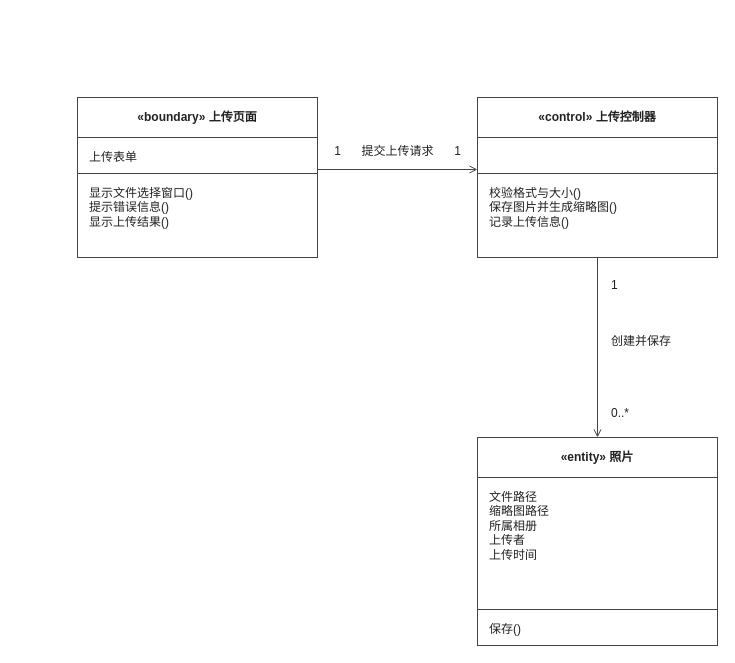
The draw.io diagram docs/交付/3-照片管理-王柯涵/images/上传图片_类模型图.drawio in chennuo1101/electronic-photo-album-system1, before the edit. Source tidied: cells renumbered, new cells numbered last; positions are measured from the earlier drawing's top-left corner, leaving out a move shared by most shapes. Both pictures are drawn from the tidied source at 100%, with x=0, y=0 at pixel (77, 97).
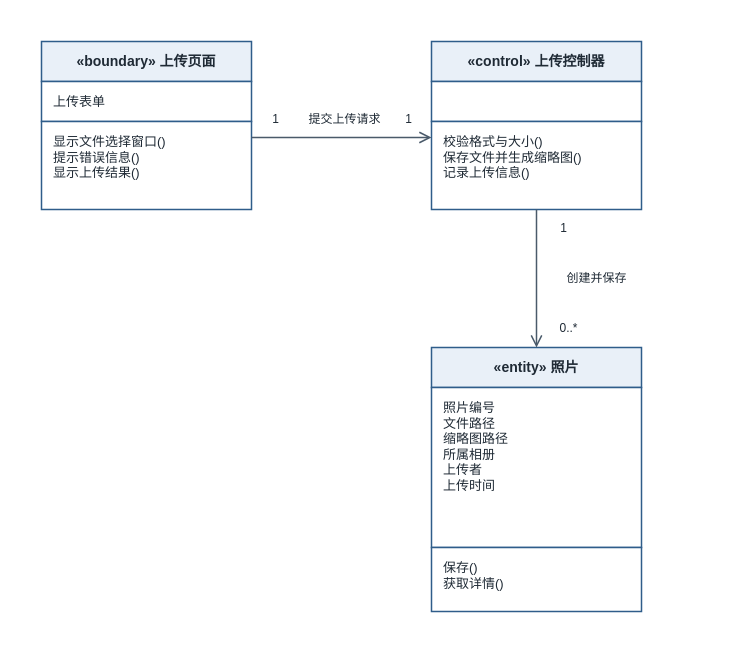
After the change.

Diff of the diagram source:
```diff
@@
+    <mxCell id="19" style="rounded=0;whiteSpace=wrap;html=1;fillColor=#FFFFFF;strokeColor=none;" parent="1" vertex="1">
+      <mxGeometry x="-60" y="-80" width="668" height="618" as="geometry" />
+    </mxCell>
-    <mxCell id="2" value="«boundary» 上传页面" style="rounded=0;whiteSpace=wrap;html=1;fillColor=#FFFFFF;strokeColor=#444444;align=center;verticalAlign=middle;fontStyle=1;fontFamily=Microsoft YaHei;fontSize=12;fontColor=#222222;" parent="1" vertex="1">
-      <mxGeometry width="240" height="40" as="geometry" />
+    <mxCell id="2" value="«boundary» 上传页面" style="rounded=0;whiteSpace=wrap;html=1;fillColor=#E9F0F8;strokeColor=#2F5D8A;strokeWidth=1.5;align=center;verticalAlign=middle;fontStyle=1;fontFamily=Microsoft YaHei;fontSize=14;fontColor=#1F2A35;" parent="1" vertex="1">
+      <mxGeometry x="-36" y="-56" width="210" height="40" as="geometry" />
     </mxCell>
-    <mxCell id="3" value="上传表单" style="rounded=0;whiteSpace=wrap;html=1;fillColor=#FFFFFF;strokeColor=#444444;verticalAlign=top;align=left;spacingLeft=10;spacingTop=6;fontFamily=Microsoft YaHei;fontSize=12;fontColor=#222222;" parent="1" vertex="1">
-      <mxGeometry y="40" width="240" height="36" as="geometry" />
+    <mxCell id="3" value="上传表单" style="rounded=0;whiteSpace=wrap;html=1;fillColor=#FFFFFF;strokeColor=#2F5D8A;strokeWidth=1.5;align=left;verticalAlign=top;spacingLeft=10;spacingTop=6;fontFamily=Microsoft YaHei;fontSize=13;fontColor=#1F2A35;" parent="1" vertex="1">
+      <mxGeometry x="-36" y="-16" width="210" height="40" as="geometry" />
     </mxCell>
-    <mxCell id="4" value="显示文件选择窗口()&#10;提示错误信息()&#10;显示上传结果()" style="rounded=0;whiteSpace=wrap;html=1;fillColor=#FFFFFF;strokeColor=#444444;verticalAlign=top;align=left;spacingLeft=10;spacingTop=6;fontFamily=Microsoft YaHei;fontSize=12;fontColor=#222222;" parent="1" vertex="1">
-      <mxGeometry y="76" width="240" height="84" as="geometry" />
+    <mxCell id="4" value="显示文件选择窗口()&#10;提示错误信息()&#10;显示上传结果()" style="rounded=0;whiteSpace=wrap;html=1;fillColor=#FFFFFF;strokeColor=#2F5D8A;strokeWidth=1.5;align=left;verticalAlign=top;spacingLeft=10;spacingTop=6;fontFamily=Microsoft YaHei;fontSize=13;fontColor=#1F2A35;" parent="1" vertex="1">
+      <mxGeometry x="-36" y="24" width="210" height="88" as="geometry" />
     </mxCell>
-    <mxCell id="5" value="«control» 上传控制器" style="rounded=0;whiteSpace=wrap;html=1;fillColor=#FFFFFF;strokeColor=#444444;align=center;verticalAlign=middle;fontStyle=1;fontFamily=Microsoft YaHei;fontSize=12;fontColor=#222222;" parent="1" vertex="1">
-      <mxGeometry x="400" width="240" height="40" as="geometry" />
+    <mxCell id="5" value="«control» 上传控制器" style="rounded=0;whiteSpace=wrap;html=1;fillColor=#E9F0F8;strokeColor=#2F5D8A;strokeWidth=1.5;align=center;verticalAlign=middle;fontStyle=1;fontFamily=Microsoft YaHei;fontSize=14;fontColor=#1F2A35;" parent="1" vertex="1">
+      <mxGeometry x="354" y="-56" width="210" height="40" as="geometry" />
     </mxCell>
-    <mxCell id="6" style="rounded=0;whiteSpace=wrap;html=1;fillColor=#FFFFFF;strokeColor=#444444;verticalAlign=top;align=left;spacingLeft=10;spacingTop=6;fontFamily=Microsoft YaHei;fontSize=12;fontColor=#222222;" parent="1" vertex="1">
-      <mxGeometry x="400" y="40" width="240" height="36" as="geometry" />
+    <mxCell id="6" style="rounded=0;whiteSpace=wrap;html=1;fillColor=#FFFFFF;strokeColor=#2F5D8A;strokeWidth=1.5;align=left;verticalAlign=top;spacingLeft=10;spacingTop=6;fontFamily=Microsoft YaHei;fontSize=13;fontColor=#1F2A35;" parent="1" vertex="1">
+      <mxGeometry x="354" y="-16" width="210" height="40" as="geometry" />
     </mxCell>
-    <mxCell id="7" value="校验格式与大小()&#10;保存图片并生成缩略图()&#10;记录上传信息()" style="rounded=0;whiteSpace=wrap;html=1;fillColor=#FFFFFF;strokeColor=#444444;verticalAlign=top;align=left;spacingLeft=10;spacingTop=6;fontFamily=Microsoft YaHei;fontSize=12;fontColor=#222222;" parent="1" vertex="1">
-      <mxGeometry x="400" y="76" width="240" height="84" as="geometry" />
+    <mxCell id="7" value="校验格式与大小()&#10;保存文件并生成缩略图()&#10;记录上传信息()" style="rounded=0;whiteSpace=wrap;html=1;fillColor=#FFFFFF;strokeColor=#2F5D8A;strokeWidth=1.5;align=left;verticalAlign=top;spacingLeft=10;spacingTop=6;fontFamily=Microsoft YaHei;fontSize=13;fontColor=#1F2A35;" parent="1" vertex="1">
+      <mxGeometry x="354" y="24" width="210" height="88" as="geometry" />
     </mxCell>
-    <mxCell id="8" value="«entity» 照片" style="rounded=0;whiteSpace=wrap;html=1;fillColor=#FFFFFF;strokeColor=#444444;align=center;verticalAlign=middle;fontStyle=1;fontFamily=Microsoft YaHei;fontSize=12;fontColor=#222222;" parent="1" vertex="1">
-      <mxGeometry x="400" y="340" width="240" height="40" as="geometry" />
+    <mxCell id="8" value="«entity» 照片" style="rounded=0;whiteSpace=wrap;html=1;fillColor=#E9F0F8;strokeColor=#2F5D8A;strokeWidth=1.5;align=center;verticalAlign=middle;fontStyle=1;fontFamily=Microsoft YaHei;fontSize=14;fontColor=#1F2A35;" parent="1" vertex="1">
+      <mxGeometry x="354" y="250" width="210" height="40" as="geometry" />
     </mxCell>
-    <mxCell id="9" value="文件路径&#10;缩略图路径&#10;所属相册&#10;上传者&#10;上传时间" style="rounded=0;whiteSpace=wrap;html=1;fillColor=#FFFFFF;strokeColor=#444444;verticalAlign=top;align=left;spacingLeft=10;spacingTop=6;fontFamily=Microsoft YaHei;fontSize=12;fontColor=#222222;" parent="1" vertex="1">
-      <mxGeometry x="400" y="380" width="240" height="132" as="geometry" />
+    <mxCell id="9" value="照片编号&#10;文件路径&#10;缩略图路径&#10;所属相册&#10;上传者&#10;上传时间" style="rounded=0;whiteSpace=wrap;html=1;fillColor=#FFFFFF;strokeColor=#2F5D8A;strokeWidth=1.5;align=left;verticalAlign=top;spacingLeft=10;spacingTop=6;fontFamily=Microsoft YaHei;fontSize=13;fontColor=#1F2A35;" parent="1" vertex="1">
+      <mxGeometry x="354" y="290" width="210" height="160" as="geometry" />
     </mxCell>
-    <mxCell id="10" value="保存()" style="rounded=0;whiteSpace=wrap;html=1;fillColor=#FFFFFF;strokeColor=#444444;verticalAlign=top;align=left;spacingLeft=10;spacingTop=6;fontFamily=Microsoft YaHei;fontSize=12;fontColor=#222222;" parent="1" vertex="1">
-      <mxGeometry x="400" y="512" width="240" height="36" as="geometry" />
+    <mxCell id="10" value="保存()&#10;获取详情()" style="rounded=0;whiteSpace=wrap;html=1;fillColor=#FFFFFF;strokeColor=#2F5D8A;strokeWidth=1.5;align=left;verticalAlign=top;spacingLeft=10;spacingTop=6;fontFamily=Microsoft YaHei;fontSize=13;fontColor=#1F2A35;" parent="1" vertex="1">
+      <mxGeometry x="354" y="450" width="210" height="64" as="geometry" />
     </mxCell>
-    <mxCell id="11" style="html=1;rounded=0;strokeColor=#444444;strokeWidth=1;startArrow=none;endArrow=open;endFill=0;" parent="1" edge="1">
-      <mxGeometry relative="1" as="geometry">
-        <mxPoint x="240" y="72" as="sourcePoint" />
-        <mxPoint x="400" y="72" as="targetPoint" />
-      </mxGeometry>
-    </mxCell>
-    <mxCell id="12" value="1" style="text;html=1;align=center;verticalAlign=middle;fillColor=none;strokeColor=none;fontFamily=Microsoft YaHei;fontSize=12;fontColor=#222222;" parent="1" vertex="1">
-      <mxGeometry x="248" y="44" width="24" height="20" as="geometry" />
-    </mxCell>
+    <mxCell id="20" style="html=1;rounded=0;strokeColor=#4A5A6A;strokeWidth=1.5;startArrow=none;endArrow=open;endFill=0;endSize=9;jumpStyle=arc;jumpSize=6;" parent="1" edge="1">
+      <mxGeometry relative="1" as="geometry">
+        <mxPoint x="174" y="40" as="sourcePoint" />
+        <mxPoint x="354" y="40" as="targetPoint" />
+      </mxGeometry>
+    </mxCell>
+    <mxCell id="21" value="1" style="text;html=1;align=center;verticalAlign=middle;fillColor=#FFFFFF;strokeColor=none;fontFamily=Microsoft YaHei;fontSize=12;fontColor=#1F2A35;" parent="1" vertex="1">
+      <mxGeometry x="184" y="13" width="28" height="18" as="geometry" />
+    </mxCell>
-    <mxCell id="13" value="提交上传请求" style="text;html=1;align=center;verticalAlign=middle;fillColor=none;strokeColor=none;fontFamily=Microsoft YaHei;fontSize=12;fontColor=#222222;" parent="1" vertex="1">
-      <mxGeometry x="280" y="44" width="80" height="20" as="geometry" />
+    <mxCell id="13" value="提交上传请求" style="text;html=1;align=center;verticalAlign=middle;fillColor=#FFFFFF;strokeColor=none;fontFamily=Microsoft YaHei;fontSize=12;fontColor=#1F2A35;" parent="1" vertex="1">
+      <mxGeometry x="220" y="13" width="94" height="18" as="geometry" />
     </mxCell>
-    <mxCell id="14" value="1" style="text;html=1;align=center;verticalAlign=middle;fillColor=none;strokeColor=none;fontFamily=Microsoft YaHei;fontSize=12;fontColor=#222222;" parent="1" vertex="1">
-      <mxGeometry x="368" y="44" width="24" height="20" as="geometry" />
-    </mxCell>
-    <mxCell id="15" style="html=1;rounded=0;strokeColor=#444444;strokeWidth=1;startArrow=none;endArrow=open;endFill=0;" parent="1" edge="1">
-      <mxGeometry relative="1" as="geometry">
-        <mxPoint x="520" y="160" as="sourcePoint" />
-        <mxPoint x="520" y="340" as="targetPoint" />
-      </mxGeometry>
-    </mxCell>
-    <mxCell id="16" value="1" style="text;html=1;align=left;verticalAlign=middle;fillColor=none;strokeColor=none;fontFamily=Microsoft YaHei;fontSize=12;fontColor=#222222;" parent="1" vertex="1">
-      <mxGeometry x="532" y="178" width="24" height="20" as="geometry" />
-    </mxCell>
+    <mxCell id="22" value="1" style="text;html=1;align=center;verticalAlign=middle;fillColor=#FFFFFF;strokeColor=none;fontFamily=Microsoft YaHei;fontSize=12;fontColor=#1F2A35;" parent="1" vertex="1">
+      <mxGeometry x="316" y="13" width="30" height="18" as="geometry" />
+    </mxCell>
+    <mxCell id="23" style="html=1;rounded=0;strokeColor=#4A5A6A;strokeWidth=1.5;startArrow=none;endArrow=open;endFill=0;endSize=9;jumpStyle=arc;jumpSize=6;" parent="1" edge="1">
+      <mxGeometry relative="1" as="geometry">
+        <mxPoint x="459" y="112" as="sourcePoint" />
+        <mxPoint x="459" y="250" as="targetPoint" />
+      </mxGeometry>
+    </mxCell>
+    <mxCell id="24" value="1" style="text;html=1;align=center;verticalAlign=middle;fillColor=#FFFFFF;strokeColor=none;fontFamily=Microsoft YaHei;fontSize=12;fontColor=#1F2A35;" parent="1" vertex="1">
+      <mxGeometry x="471" y="122" width="30" height="18" as="geometry" />
+    </mxCell>
-    <mxCell id="17" value="创建并保存" style="text;html=1;align=left;verticalAlign=middle;fillColor=none;strokeColor=none;fontFamily=Microsoft YaHei;fontSize=12;fontColor=#222222;" parent="1" vertex="1">
-      <mxGeometry x="532" y="234" width="90" height="20" as="geometry" />
+    <mxCell id="17" value="创建并保存" style="text;html=1;align=center;verticalAlign=middle;fillColor=#FFFFFF;strokeColor=none;fontFamily=Microsoft YaHei;fontSize=12;fontColor=#1F2A35;" parent="1" vertex="1">
+      <mxGeometry x="471" y="172" width="96" height="18" as="geometry" />
     </mxCell>
-    <mxCell id="18" value="0..*" style="text;html=1;align=left;verticalAlign=middle;fillColor=none;strokeColor=none;fontFamily=Microsoft YaHei;fontSize=12;fontColor=#222222;" parent="1" vertex="1">
-      <mxGeometry x="532" y="306" width="40" height="20" as="geometry" />
+    <mxCell id="18" value="0..*" style="text;html=1;align=center;verticalAlign=middle;fillColor=#FFFFFF;strokeColor=none;fontFamily=Microsoft YaHei;fontSize=12;fontColor=#1F2A35;" parent="1" vertex="1">
+      <mxGeometry x="471" y="222" width="40" height="18" as="geometry" />
     </mxCell>
```
